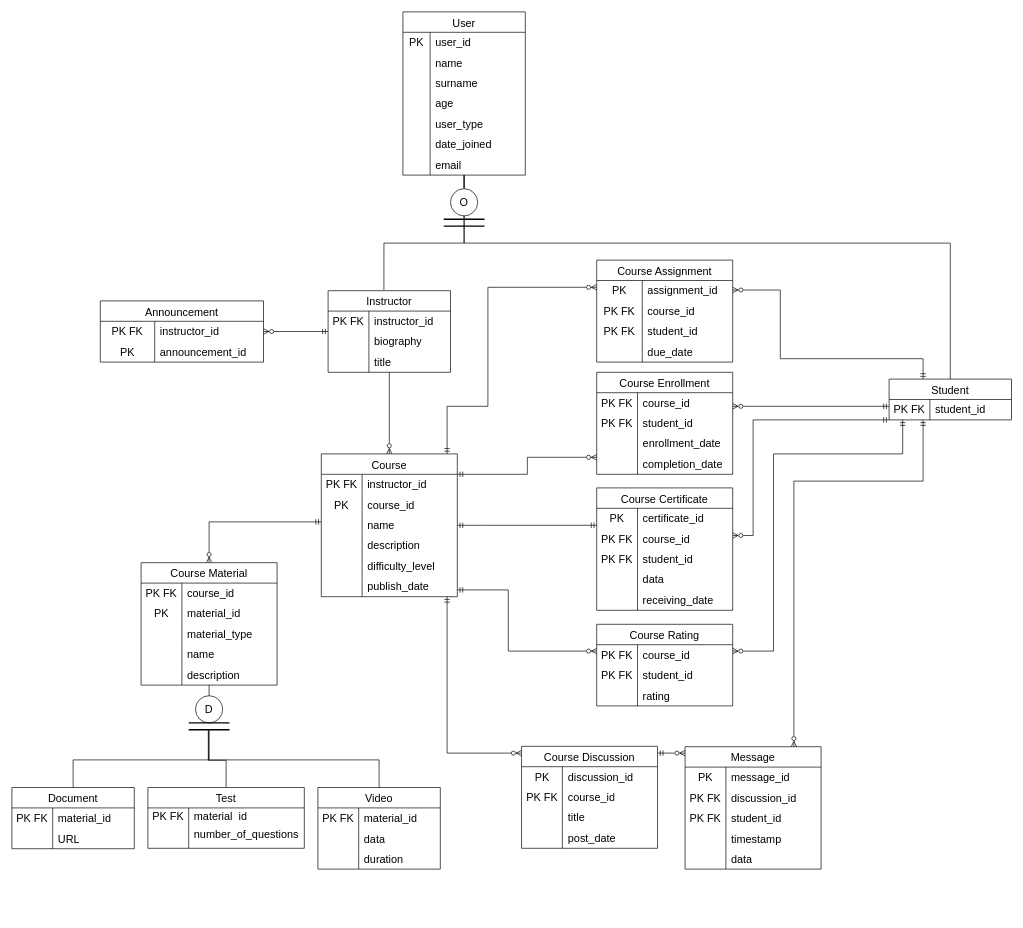
This is Başlıksız Diyagram.drawio from Luieitalian/VTYS, a draw.io file, before an edit. Source tidied: cells renumbered, new cells numbered last; positions are measured from the earlier drawing's top-left corner, leaving out a move shared by most shapes. Both pictures are drawn from the tidied source at 68%, with x=0, y=0 at pixel (12, 12).
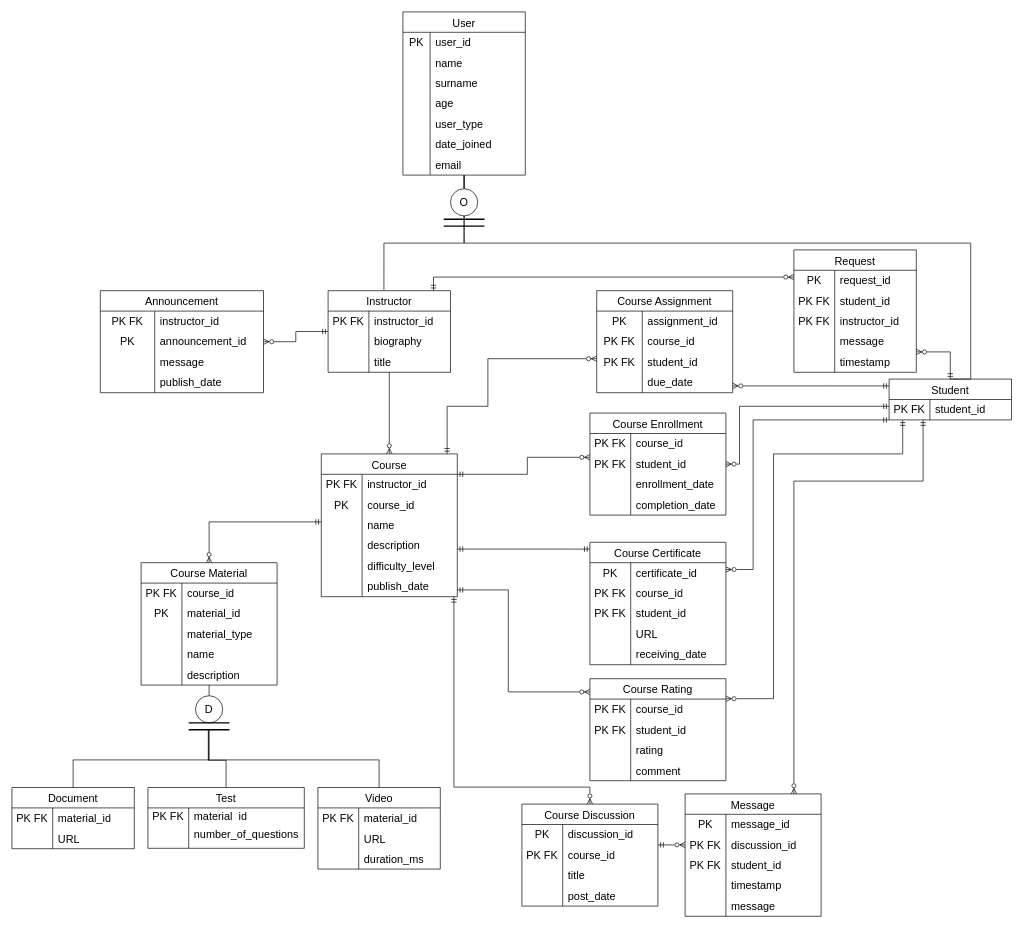
The same page after the edit.

Unchanged cells that the change refers to:
```xml
<mxCell id="27" value="Instructor" style="shape=table;startSize=30;childLayout=tableLayout;rowLines=0;fontStyle=0;strokeColor=default;fontSize=16;" parent="1" vertex="1">
  <mxGeometry x="465" y="410" width="180" height="120" as="geometry" />
</mxCell>
<mxCell id="40" value="Student" style="shape=table;startSize=30;childLayout=tableLayout;rowLines=0;fontStyle=0;strokeColor=default;fontSize=16;" parent="1" vertex="1">
  <mxGeometry x="1290" y="540" width="180" height="60" as="geometry" />
</mxCell>
<mxCell id="45" value="O" style="ellipse;whiteSpace=wrap;html=1;fontSize=16;startSize=30;fontStyle=0;" parent="1" vertex="1">
  <mxGeometry x="645" y="260" width="40" height="40" as="geometry" />
</mxCell>
<mxCell id="52" value="Course" style="shape=table;startSize=30;childLayout=tableLayout;rowLines=0;fontStyle=0;strokeColor=default;fontSize=16;" parent="1" vertex="1">
  <mxGeometry x="455" y="650" width="200" height="210" as="geometry" />
</mxCell>
<mxCell id="115" style="shape=tableRow;horizontal=0;startSize=0;swimlaneHead=0;swimlaneBody=0;top=0;left=0;bottom=0;right=0;fillColor=none;strokeColor=inherit;fontSize=16;" parent="111" vertex="1">
  <mxGeometry y="60" width="180" height="30" as="geometry" />
</mxCell>
<mxCell id="118" style="shape=tableRow;horizontal=0;startSize=0;swimlaneHead=0;swimlaneBody=0;top=0;left=0;bottom=0;right=0;fillColor=none;strokeColor=inherit;fontSize=16;" parent="111" vertex="1">
  <mxGeometry y="90" width="180" height="30" as="geometry" />
</mxCell>
<mxCell id="149" style="shape=tableRow;horizontal=0;startSize=0;swimlaneHead=0;swimlaneBody=0;top=0;left=0;bottom=0;right=0;fillColor=none;strokeColor=inherit;fontSize=16;" parent="136" vertex="1">
  <mxGeometry y="150" width="200" height="30" as="geometry" />
</mxCell>
<mxCell id="194" style="shape=tableRow;horizontal=0;startSize=0;swimlaneHead=0;swimlaneBody=0;top=0;left=0;bottom=0;right=0;fillColor=none;strokeColor=inherit;fontSize=16;" parent="184" vertex="1">
  <mxGeometry y="120" width="200" height="30" as="geometry" />
</mxCell>
```

Diff of the diagram source:
```diff
@@
     <mxCell id="25" style="edgeStyle=orthogonalEdgeStyle;jettySize=auto;html=1;strokeColor=default;rounded=0;startArrow=ERmandOne;startFill=0;endArrow=ERzeroToMany;endFill=0;jumpStyle=none;shadow=0;" parent="1" edge="1" source="52" target="153">
       <mxGeometry relative="1" as="geometry">
         <Array as="points">
           <mxPoint x="640" y="580" />
           <mxPoint x="700" y="580" />
-          <mxPoint x="700" y="405" />
+          <mxPoint x="700" y="510" />
         </Array>
       </mxGeometry>
     </mxCell>
@@
     <mxCell id="37" style="edgeStyle=orthogonalEdgeStyle;rounded=0;jettySize=auto;html=1;startArrow=ERmandOne;startFill=0;endArrow=ERzeroToMany;endFill=0;" parent="1" edge="1" source="40" target="71">
       <mxGeometry relative="1" as="geometry">
         <Array as="points">
-          <mxPoint x="1100" y="580" />
-          <mxPoint x="1100" y="580" />
+          <mxPoint x="1070" y="580" />
+          <mxPoint x="1070" y="665" />
         </Array>
       </mxGeometry>
     </mxCell>
     <mxCell id="38" style="edgeStyle=orthogonalEdgeStyle;rounded=0;jettySize=auto;html=1;startArrow=ERmandOne;startFill=0;endArrow=ERzeroToMany;endFill=0;" parent="1" edge="1" source="40" target="153">
       <mxGeometry relative="1" as="geometry">
         <Array as="points">
-          <mxPoint x="1340" y="510" />
-          <mxPoint x="1130" y="510" />
-          <mxPoint x="1130" y="409" />
+          <mxPoint x="1200" y="550" />
+          <mxPoint x="1200" y="550" />
         </Array>
       </mxGeometry>
     </mxCell>
     <mxCell id="39" style="edgeStyle=orthogonalEdgeStyle;rounded=0;jettySize=auto;html=1;endArrow=ERzeroToMany;endFill=0;startArrow=ERmandOne;startFill=0;" parent="1" edge="1" source="40" target="184">
       <mxGeometry relative="1" as="geometry">
         <Array as="points">
           <mxPoint x="1090" y="600" />
-          <mxPoint x="1090" y="770" />
+          <mxPoint x="1090" y="820" />
         </Array>
       </mxGeometry>
     </mxCell>
+    <mxCell id="212" style="edgeStyle=orthogonalEdgeStyle;rounded=0;jettySize=auto;html=1;startArrow=ERmandOne;startFill=0;endArrow=ERzeroToMany;endFill=0;" parent="1" edge="1" source="40" target="223">
+      <mxGeometry relative="1" as="geometry">
+        <Array as="points">
+          <mxPoint x="1380" y="500" />
+          <mxPoint x="1260" y="500" />
+        </Array>
+      </mxGeometry>
+    </mxCell>
@@
     <mxCell id="44" style="edgeStyle=orthogonalEdgeStyle;rounded=0;jettySize=auto;html=1;entryX=0.5;entryY=0;entryDx=0;entryDy=0;exitX=0.5;exitY=1;exitDx=0;exitDy=0;endArrow=none;endFill=0;" parent="1" edge="1" source="45" target="40">
       <mxGeometry relative="1" as="geometry">
         <Array as="points">
           <mxPoint x="665" y="340" />
-          <mxPoint x="1380" y="340" />
+          <mxPoint x="1410" y="340" />
+          <mxPoint x="1410" y="540" />
         </Array>
       </mxGeometry>
     </mxCell>
@@
     <mxCell id="50" style="edgeStyle=orthogonalEdgeStyle;rounded=0;jettySize=auto;html=1;startArrow=ERmandOne;startFill=0;endArrow=ERzeroToMany;endFill=0;" parent="1" edge="1" source="52" target="123">
       <mxGeometry relative="1" as="geometry">
         <Array as="points">
-          <mxPoint x="640" y="1090" />
+          <mxPoint x="650" y="1140" />
+          <mxPoint x="850" y="1140" />
         </Array>
       </mxGeometry>
     </mxCell>
     <mxCell id="51" style="edgeStyle=orthogonalEdgeStyle;rounded=0;jettySize=auto;html=1;endArrow=ERzeroToMany;endFill=0;startArrow=ERmandOne;startFill=0;" parent="1" edge="1" source="52" target="174">
       <mxGeometry relative="1" as="geometry">
         <Array as="points">
           <mxPoint x="730" y="850" />
-          <mxPoint x="730" y="940" />
+          <mxPoint x="730" y="1000" />
         </Array>
       </mxGeometry>
     </mxCell>
@@
     <mxCell id="71" value="Course Enrollment" style="shape=table;startSize=30;childLayout=tableLayout;rowLines=0;fontStyle=0;strokeColor=default;fontSize=16;" parent="1" vertex="1">
-      <mxGeometry x="860" y="530" width="200" height="150" as="geometry" />
+      <mxGeometry x="850" y="590" width="200" height="150" as="geometry" />
     </mxCell>
@@
-    <mxCell id="117" value="data" style="shape=partialRectangle;html=1;whiteSpace=wrap;fillColor=none;top=0;left=0;bottom=0;right=0;align=left;spacingLeft=6;overflow=hidden;strokeColor=inherit;fontSize=16;" parent="115" vertex="1">
+    <mxCell id="117" value="URL" style="shape=partialRectangle;html=1;whiteSpace=wrap;fillColor=none;top=0;left=0;bottom=0;right=0;align=left;spacingLeft=6;overflow=hidden;strokeColor=inherit;fontSize=16;" parent="115" vertex="1">
       <mxGeometry x="60" width="120" height="30" as="geometry" />
     </mxCell>
@@
-    <mxCell id="120" value="duration" style="shape=partialRectangle;html=1;whiteSpace=wrap;fillColor=none;top=0;left=0;bottom=0;right=0;align=left;spacingLeft=6;overflow=hidden;strokeColor=inherit;fontSize=16;" parent="118" vertex="1">
+    <mxCell id="120" value="duration_ms" style="shape=partialRectangle;html=1;whiteSpace=wrap;fillColor=none;top=0;left=0;bottom=0;right=0;align=left;spacingLeft=6;overflow=hidden;strokeColor=inherit;fontSize=16;" parent="118" vertex="1">
       <mxGeometry x="60" width="120" height="30" as="geometry" />
     </mxCell>
@@
     <mxCell id="122" style="edgeStyle=orthogonalEdgeStyle;rounded=0;jettySize=auto;html=1;startArrow=ERmandOne;startFill=0;endArrow=ERzeroToMany;endFill=0;" parent="1" edge="1" source="123" target="136">
       <mxGeometry relative="1" as="geometry">
         <Array as="points">
-          <mxPoint x="970" y="1090" />
-          <mxPoint x="970" y="1090" />
+          <mxPoint x="960" y="1225" />
+          <mxPoint x="960" y="1225" />
         </Array>
       </mxGeometry>
     </mxCell>
     <mxCell id="123" value="Course Discussion" style="shape=table;startSize=30;childLayout=tableLayout;rowLines=0;fontStyle=0;strokeColor=default;fontSize=16;" parent="1" vertex="1">
-      <mxGeometry x="749.5" y="1080" width="200" height="150" as="geometry" />
+      <mxGeometry x="750" y="1165" width="200" height="150" as="geometry" />
     </mxCell>
@@
     <mxCell id="136" value="Message" style="shape=table;startSize=30;childLayout=tableLayout;rowLines=0;fontStyle=0;strokeColor=default;fontSize=16;" parent="1" vertex="1">
-      <mxGeometry x="990" y="1080.6" width="200" height="180" as="geometry" />
+      <mxGeometry x="990" y="1150" width="200" height="180" as="geometry" />
     </mxCell>
@@
-    <mxCell id="151" value="data" style="shape=partialRectangle;html=1;whiteSpace=wrap;fillColor=none;top=0;left=0;bottom=0;right=0;align=left;spacingLeft=6;overflow=hidden;strokeColor=inherit;fontSize=16;" parent="149" vertex="1">
+    <mxCell id="151" value="message" style="shape=partialRectangle;html=1;whiteSpace=wrap;fillColor=none;top=0;left=0;bottom=0;right=0;align=left;spacingLeft=6;overflow=hidden;strokeColor=inherit;fontSize=16;" parent="149" vertex="1">
       <mxGeometry x="60" width="140" height="30" as="geometry" />
     </mxCell>
@@
     <mxCell id="153" value="Course Assignment" style="shape=table;startSize=30;childLayout=tableLayout;rowLines=0;fontStyle=0;strokeColor=default;fontSize=16;" parent="1" vertex="1">
-      <mxGeometry x="860" y="365" width="200" height="150" as="geometry" />
+      <mxGeometry x="860" y="410" width="200" height="150" as="geometry" />
     </mxCell>
@@
     <mxCell id="166" value="Announcement" style="shape=table;startSize=30;childLayout=tableLayout;rowLines=0;fontStyle=0;strokeColor=default;fontSize=16;" parent="1" vertex="1">
-      <mxGeometry x="130" y="425" width="240" height="90" as="geometry" />
+      <mxGeometry x="130" y="410" width="240" height="150" as="geometry" />
     </mxCell>
@@
+    <mxCell id="213" style="shape=tableRow;horizontal=0;startSize=0;swimlaneHead=0;swimlaneBody=0;top=0;left=0;bottom=0;right=0;fillColor=none;strokeColor=inherit;fontSize=16;" parent="166" vertex="1">
+      <mxGeometry y="90" width="240" height="30" as="geometry" />
+    </mxCell>
+    <mxCell id="214" style="shape=partialRectangle;html=1;whiteSpace=wrap;fillColor=none;top=0;left=0;bottom=0;right=0;overflow=hidden;strokeColor=inherit;fontSize=16;" parent="213" vertex="1">
+      <mxGeometry width="80" height="30" as="geometry" />
+    </mxCell>
+    <mxCell id="215" value="message" style="shape=partialRectangle;html=1;whiteSpace=wrap;fillColor=none;top=0;left=0;bottom=0;right=0;align=left;spacingLeft=6;overflow=hidden;strokeColor=inherit;fontSize=16;" parent="213" vertex="1">
+      <mxGeometry x="80" width="160" height="30" as="geometry" />
+    </mxCell>
+    <mxCell id="216" style="shape=tableRow;horizontal=0;startSize=0;swimlaneHead=0;swimlaneBody=0;top=0;left=0;bottom=0;right=0;fillColor=none;strokeColor=inherit;fontSize=16;" parent="166" vertex="1">
+      <mxGeometry y="120" width="240" height="30" as="geometry" />
+    </mxCell>
+    <mxCell id="217" style="shape=partialRectangle;html=1;whiteSpace=wrap;fillColor=none;top=0;left=0;bottom=0;right=0;overflow=hidden;strokeColor=inherit;fontSize=16;" parent="216" vertex="1">
+      <mxGeometry width="80" height="30" as="geometry" />
+    </mxCell>
+    <mxCell id="218" value="publish_date" style="shape=partialRectangle;html=1;whiteSpace=wrap;fillColor=none;top=0;left=0;bottom=0;right=0;align=left;spacingLeft=6;overflow=hidden;strokeColor=inherit;fontSize=16;" parent="216" vertex="1">
+      <mxGeometry x="80" width="160" height="30" as="geometry" />
+    </mxCell>
     <mxCell id="173" style="edgeStyle=orthogonalEdgeStyle;rounded=0;jettySize=auto;html=1;startArrow=ERzeroToMany;startFill=0;endArrow=ERmandOne;endFill=0;" parent="1" edge="1" source="174" target="40">
       <mxGeometry relative="1" as="geometry">
         <Array as="points">
-          <mxPoint x="1120" y="940" />
+          <mxPoint x="1120" y="1010" />
           <mxPoint x="1120" y="650" />
           <mxPoint x="1310" y="650" />
         </Array>
       </mxGeometry>
     </mxCell>
     <mxCell id="174" value="Course Rating" style="shape=table;startSize=30;childLayout=tableLayout;rowLines=0;fontStyle=0;strokeColor=default;fontSize=16;" parent="1" vertex="1">
-      <mxGeometry x="860" y="900.6" width="200" height="120" as="geometry" />
+      <mxGeometry x="850" y="980.6" width="200" height="150" as="geometry" />
     </mxCell>
@@
+    <mxCell id="219" style="shape=tableRow;horizontal=0;startSize=0;swimlaneHead=0;swimlaneBody=0;top=0;left=0;bottom=0;right=0;fillColor=none;strokeColor=inherit;fontSize=16;" parent="174" vertex="1">
+      <mxGeometry y="120" width="200" height="30" as="geometry" />
+    </mxCell>
+    <mxCell id="220" style="shape=partialRectangle;html=1;whiteSpace=wrap;fillColor=none;top=0;left=0;bottom=0;right=0;overflow=hidden;strokeColor=inherit;fontSize=16;" parent="219" vertex="1">
+      <mxGeometry width="60" height="30" as="geometry" />
+    </mxCell>
+    <mxCell id="221" value="comment" style="shape=partialRectangle;html=1;whiteSpace=wrap;fillColor=none;top=0;left=0;bottom=0;right=0;align=left;spacingLeft=6;overflow=hidden;strokeColor=inherit;fontSize=16;" parent="219" vertex="1">
+      <mxGeometry x="60" width="140" height="30" as="geometry" />
+    </mxCell>
     <mxCell id="184" value="Course Certificate" style="shape=table;startSize=30;childLayout=tableLayout;rowLines=0;fontStyle=0;strokeColor=default;fontSize=16;" parent="1" vertex="1">
-      <mxGeometry x="860" y="700" width="200" height="180" as="geometry" />
+      <mxGeometry x="850" y="780" width="200" height="180" as="geometry" />
     </mxCell>
@@
-    <mxCell id="196" value="data" style="shape=partialRectangle;html=1;whiteSpace=wrap;fillColor=none;top=0;left=0;bottom=0;right=0;align=left;spacingLeft=6;overflow=hidden;strokeColor=inherit;fontSize=16;" parent="194" vertex="1">
+    <mxCell id="196" value="URL" style="shape=partialRectangle;html=1;whiteSpace=wrap;fillColor=none;top=0;left=0;bottom=0;right=0;align=left;spacingLeft=6;overflow=hidden;strokeColor=inherit;fontSize=16;" parent="194" vertex="1">
       <mxGeometry x="60" width="140" height="30" as="geometry" />
     </mxCell>
@@
     <mxCell id="200" style="edgeStyle=orthogonalEdgeStyle;rounded=0;jettySize=auto;html=1;startArrow=ERmandOne;startFill=0;endArrow=ERmandOne;endFill=0;" parent="1" edge="1" source="52" target="184">
       <mxGeometry relative="1" as="geometry">
         <Array as="points">
-          <mxPoint x="700" y="755" />
-          <mxPoint x="700" y="755" />
+          <mxPoint x="820" y="790" />
+          <mxPoint x="820" y="790" />
         </Array>
       </mxGeometry>
     </mxCell>
@@
+    <mxCell id="222" style="edgeStyle=orthogonalEdgeStyle;rounded=0;jettySize=auto;html=1;startArrow=ERzeroToMany;startFill=0;endArrow=ERmandOne;endFill=0;" parent="1" edge="1" source="223" target="27">
+      <mxGeometry relative="1" as="geometry">
+        <Array as="points">
+          <mxPoint x="620" y="390" />
+        </Array>
+      </mxGeometry>
+    </mxCell>
+    <mxCell id="223" value="Request" style="shape=table;startSize=30;childLayout=tableLayout;rowLines=0;fontStyle=0;strokeColor=default;fontSize=16;" parent="1" vertex="1">
+      <mxGeometry x="1150" y="350" width="180" height="180" as="geometry" />
+    </mxCell>
+    <mxCell id="224" style="shape=tableRow;horizontal=0;startSize=0;swimlaneHead=0;swimlaneBody=0;top=0;left=0;bottom=0;right=0;fillColor=none;strokeColor=inherit;fontSize=16;" parent="223" vertex="1">
+      <mxGeometry y="30" width="180" height="30" as="geometry" />
+    </mxCell>
+    <mxCell id="225" value="PK" style="shape=partialRectangle;html=1;whiteSpace=wrap;fillColor=none;top=0;left=0;bottom=0;right=0;overflow=hidden;strokeColor=inherit;fontSize=16;" parent="224" vertex="1">
+      <mxGeometry width="60" height="30" as="geometry" />
+    </mxCell>
+    <mxCell id="226" value="request_id" style="shape=partialRectangle;html=1;whiteSpace=wrap;fillColor=none;top=0;left=0;bottom=0;right=0;align=left;spacingLeft=6;overflow=hidden;strokeColor=inherit;fontSize=16;" parent="224" vertex="1">
+      <mxGeometry x="60" width="120" height="30" as="geometry" />
+    </mxCell>
+    <mxCell id="227" style="shape=tableRow;horizontal=0;startSize=0;swimlaneHead=0;swimlaneBody=0;top=0;left=0;bottom=0;right=0;fillColor=none;strokeColor=inherit;fontSize=16;" parent="223" vertex="1">
+      <mxGeometry y="60" width="180" height="30" as="geometry" />
+    </mxCell>
+    <mxCell id="228" value="PK FK" style="shape=partialRectangle;html=1;whiteSpace=wrap;fillColor=none;top=0;left=0;bottom=0;right=0;overflow=hidden;strokeColor=inherit;fontSize=16;" parent="227" vertex="1">
+      <mxGeometry width="60" height="30" as="geometry" />
+    </mxCell>
+    <mxCell id="229" value="student_id" style="shape=partialRectangle;html=1;whiteSpace=wrap;fillColor=none;top=0;left=0;bottom=0;right=0;align=left;spacingLeft=6;overflow=hidden;strokeColor=inherit;fontSize=16;" parent="227" vertex="1">
+      <mxGeometry x="60" width="120" height="30" as="geometry" />
+    </mxCell>
+    <mxCell id="230" style="shape=tableRow;horizontal=0;startSize=0;swimlaneHead=0;swimlaneBody=0;top=0;left=0;bottom=0;right=0;fillColor=none;strokeColor=inherit;fontSize=16;" parent="223" vertex="1">
+      <mxGeometry y="90" width="180" height="30" as="geometry" />
+    </mxCell>
+    <mxCell id="231" value="PK FK" style="shape=partialRectangle;html=1;whiteSpace=wrap;fillColor=none;top=0;left=0;bottom=0;right=0;overflow=hidden;strokeColor=inherit;fontSize=16;" parent="230" vertex="1">
+      <mxGeometry width="60" height="30" as="geometry" />
+    </mxCell>
+    <mxCell id="232" value="instructor_id" style="shape=partialRectangle;html=1;whiteSpace=wrap;fillColor=none;top=0;left=0;bottom=0;right=0;align=left;spacingLeft=6;overflow=hidden;strokeColor=inherit;fontSize=16;" parent="230" vertex="1">
+      <mxGeometry x="60" width="120" height="30" as="geometry" />
+    </mxCell>
+    <mxCell id="233" style="shape=tableRow;horizontal=0;startSize=0;swimlaneHead=0;swimlaneBody=0;top=0;left=0;bottom=0;right=0;fillColor=none;strokeColor=inherit;fontSize=16;" parent="223" vertex="1">
+      <mxGeometry y="120" width="180" height="30" as="geometry" />
+    </mxCell>
+    <mxCell id="234" style="shape=partialRectangle;html=1;whiteSpace=wrap;fillColor=none;top=0;left=0;bottom=0;right=0;overflow=hidden;strokeColor=inherit;fontSize=16;" parent="233" vertex="1">
+      <mxGeometry width="60" height="30" as="geometry" />
+    </mxCell>
+    <mxCell id="235" value="message" style="shape=partialRectangle;html=1;whiteSpace=wrap;fillColor=none;top=0;left=0;bottom=0;right=0;align=left;spacingLeft=6;overflow=hidden;strokeColor=inherit;fontSize=16;" parent="233" vertex="1">
+      <mxGeometry x="60" width="120" height="30" as="geometry" />
+    </mxCell>
+    <mxCell id="236" style="shape=tableRow;horizontal=0;startSize=0;swimlaneHead=0;swimlaneBody=0;top=0;left=0;bottom=0;right=0;fillColor=none;strokeColor=inherit;fontSize=16;" parent="223" vertex="1">
+      <mxGeometry y="150" width="180" height="30" as="geometry" />
+    </mxCell>
+    <mxCell id="237" style="shape=partialRectangle;html=1;whiteSpace=wrap;fillColor=none;top=0;left=0;bottom=0;right=0;overflow=hidden;strokeColor=inherit;fontSize=16;" parent="236" vertex="1">
+      <mxGeometry width="60" height="30" as="geometry" />
+    </mxCell>
+    <mxCell id="238" value="timestamp" style="shape=partialRectangle;html=1;whiteSpace=wrap;fillColor=none;top=0;left=0;bottom=0;right=0;align=left;spacingLeft=6;overflow=hidden;strokeColor=inherit;fontSize=16;" parent="236" vertex="1">
+      <mxGeometry x="60" width="120" height="30" as="geometry" />
+    </mxCell>
```
